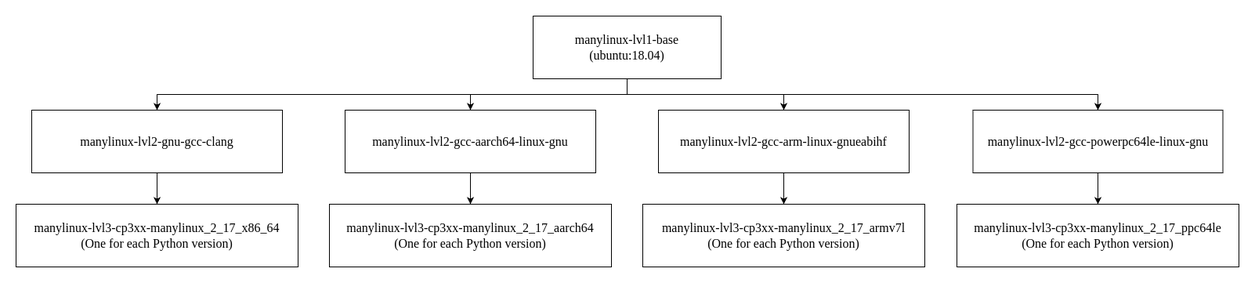
This is images/manylinux/Docker_layer_graph_manylinux.png from andreslilloortiz/pookie, a draw.io export, as it was before one commit. Source tidied: cells renumbered, new cells last; positions are measured from the earlier drawing's top-left corner, leaving out a move shared by most shapes.
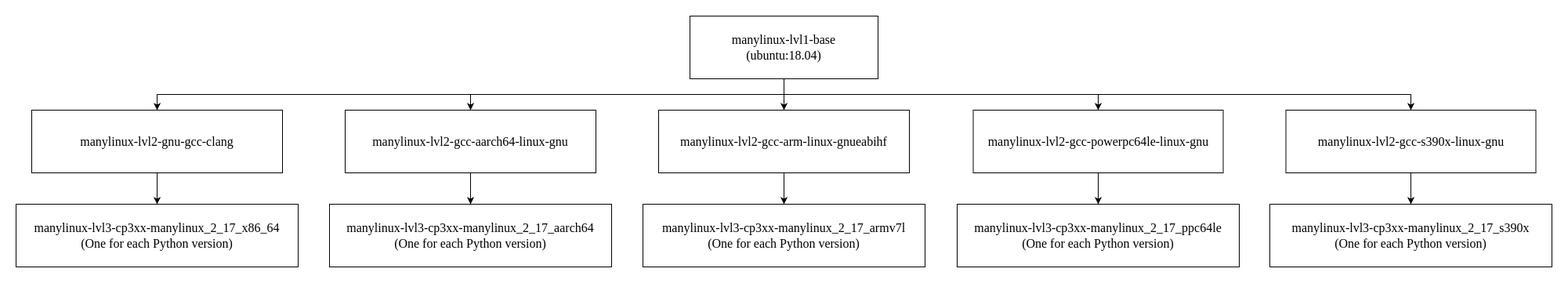
After the change.

What changed in the source:
```diff
@@ -6,7 +6,7 @@
       <mxGeometry relative="1" as="geometry" />
     </mxCell>
     <mxCell id="3" value="&lt;font&gt;manylinux-lvl1-base&lt;/font&gt;&lt;div&gt;&lt;font&gt;(ubuntu:18.04)&lt;/font&gt;&lt;/div&gt;" style="rounded=0;whiteSpace=wrap;html=1;fontSize=16;gradientColor=none;fillColor=default;strokeColor=default;fontFamily=Times New Roman;" parent="1" vertex="1">
-      <mxGeometry x="660" width="240" height="80" as="geometry" />
+      <mxGeometry x="860" width="240" height="80" as="geometry" />
     </mxCell>
     <mxCell id="4" style="edgeStyle=orthogonalEdgeStyle;rounded=0;jettySize=auto;html=1;exitX=0.5;exitY=1;exitDx=0;exitDy=0;entryX=0.5;entryY=0;entryDx=0;entryDy=0;fontSize=16;fontColor=default;fontFamily=Times New Roman;" parent="1" edge="1" source="5" target="6">
       <mxGeometry relative="1" as="geometry" />
@@ -53,5 +53,17 @@
     <mxCell id="18" style="edgeStyle=orthogonalEdgeStyle;rounded=0;jettySize=auto;html=1;exitX=0.5;exitY=1;exitDx=0;exitDy=0;entryX=0.5;entryY=0;entryDx=0;entryDy=0;fontSize=16;fontColor=default;fontFamily=Times New Roman;" parent="1" edge="1" source="3" target="15">
       <mxGeometry relative="1" as="geometry" />
     </mxCell>
+    <mxCell id="19" value="&lt;font&gt;manylinux-lvl2-gcc-s390x-linux-gnu&lt;/font&gt;" style="rounded=0;whiteSpace=wrap;html=1;strokeColor=default;fontSize=16;fontColor=default;fontFamily=Times New Roman;" parent="1" vertex="1">
+      <mxGeometry x="1620.5" y="120" width="319" height="80" as="geometry" />
+    </mxCell>
+    <mxCell id="20" value="&lt;font&gt;manylinux-&lt;span style=&quot;&quot;&gt;lvl3&lt;/span&gt;-&lt;span style=&quot;&quot;&gt;cp3xx-manylinux_2_17&lt;/span&gt;&lt;/font&gt;_s390x&lt;div&gt;&lt;font&gt;(One for each Python version)&lt;/font&gt;&lt;/div&gt;" style="rounded=0;whiteSpace=wrap;html=1;strokeColor=default;fontSize=16;fontColor=default;fontFamily=Times New Roman;" parent="1" vertex="1">
+      <mxGeometry x="1600" y="240" width="360" height="80" as="geometry" />
+    </mxCell>
+    <mxCell id="21" style="edgeStyle=orthogonalEdgeStyle;rounded=0;jettySize=auto;html=1;exitX=0.5;exitY=1;exitDx=0;exitDy=0;entryX=0.5;entryY=0;entryDx=0;entryDy=0;fontSize=16;fontColor=default;fontFamily=Times New Roman;" parent="1" edge="1" source="19" target="20">
+      <mxGeometry relative="1" as="geometry" />
+    </mxCell>
+    <mxCell id="22" style="edgeStyle=orthogonalEdgeStyle;rounded=0;jettySize=auto;html=1;exitX=0.5;exitY=1;exitDx=0;exitDy=0;entryX=0.5;entryY=0;entryDx=0;entryDy=0;fontSize=16;fontColor=default;fontFamily=Times New Roman;" parent="1" edge="1" source="3" target="19">
+      <mxGeometry relative="1" as="geometry" />
+    </mxCell>
   </root>
 </mxGraphModel>
```
